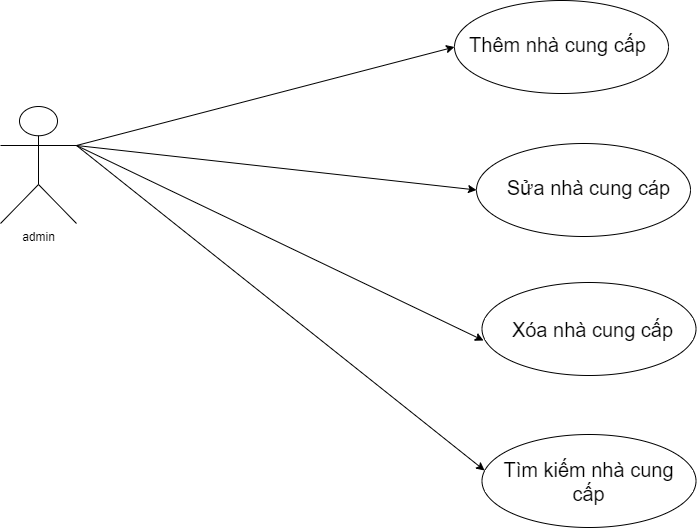
Before: 2drawio.png, a diagram exported from draw.io (dungvu242k3/JAVA). Source tidied: cells renumbered, new cells last; positions are measured from the earlier drawing's top-left corner, leaving out a move shared by most shapes. Its diagram source:
```xml
<mxGraphModel>
  <root>
    <mxCell id="0" />
    <mxCell id="1" parent="0" />
    <mxCell id="2" value="admin" style="shape=umlActor;verticalLabelPosition=bottom;verticalAlign=top;html=1;outlineConnect=0;" parent="1" vertex="1">
      <mxGeometry y="106" width="76" height="117" as="geometry" />
    </mxCell>
    <mxCell id="3" style="endArrow=classic;html=1;rounded=0;exitX=1;exitY=0.3333333333333333;exitDx=0;exitDy=0;exitPerimeter=0;entryX=0;entryY=0.5;entryDx=0;entryDy=0;" parent="1" edge="1" source="2" target="4">
      <mxGeometry relative="1" as="geometry" />
    </mxCell>
    <mxCell id="4" style="ellipse;whiteSpace=wrap;html=1;" parent="1" vertex="1">
      <mxGeometry x="454" width="214" height="93" as="geometry" />
    </mxCell>
    <mxCell id="5" style="endArrow=classic;html=1;rounded=0;entryX=0;entryY=0.5;entryDx=0;entryDy=0;exitX=1;exitY=0.3333333333333333;exitDx=0;exitDy=0;exitPerimeter=0;" parent="1" edge="1" source="2" target="9">
      <mxGeometry relative="1" as="geometry" />
    </mxCell>
    <mxCell id="6" style="endArrow=classic;html=1;rounded=0;exitX=1;exitY=0.3333333333333333;exitDx=0;exitDy=0;exitPerimeter=0;entryX=0.007;entryY=0.624;entryDx=0;entryDy=0;entryPerimeter=0;" parent="1" edge="1" source="2" target="10">
      <mxGeometry relative="1" as="geometry" />
    </mxCell>
    <mxCell id="7" style="endArrow=classic;html=1;rounded=0;entryX=0.012;entryY=0.387;entryDx=0;entryDy=0;entryPerimeter=0;exitX=1;exitY=0.3333333333333333;exitDx=0;exitDy=0;exitPerimeter=0;" parent="1" edge="1" source="2" target="11">
      <mxGeometry relative="1" as="geometry" />
    </mxCell>
    <mxCell id="8" value="&lt;font style=&quot;font-size: 20px;&quot;&gt;Thêm nhà cung cấp&lt;/font&gt;" style="text;html=1;align=center;verticalAlign=middle;whiteSpace=wrap;rounded=0;" parent="1" vertex="1">
      <mxGeometry x="462" y="13" width="191" height="61" as="geometry" />
    </mxCell>
    <mxCell id="9" style="ellipse;whiteSpace=wrap;html=1;" parent="1" vertex="1">
      <mxGeometry x="476" y="143" width="214" height="93" as="geometry" />
    </mxCell>
    <mxCell id="10" style="ellipse;whiteSpace=wrap;html=1;" parent="1" vertex="1">
      <mxGeometry x="481.5" y="282" width="214" height="93" as="geometry" />
    </mxCell>
    <mxCell id="11" style="ellipse;whiteSpace=wrap;html=1;" parent="1" vertex="1">
      <mxGeometry x="481.5" y="434" width="214" height="93" as="geometry" />
    </mxCell>
    <mxCell id="12" value="&lt;span style=&quot;font-size: 20px;&quot;&gt;Sửa nhà cung cáp&lt;/span&gt;" style="text;html=1;align=center;verticalAlign=middle;whiteSpace=wrap;rounded=0;" parent="1" vertex="1">
      <mxGeometry x="493" y="156" width="191" height="61" as="geometry" />
    </mxCell>
    <mxCell id="13" value="&lt;span style=&quot;font-size: 20px;&quot;&gt;Xóa nhà cung cấp&lt;/span&gt;" style="text;html=1;align=center;verticalAlign=middle;whiteSpace=wrap;rounded=0;" parent="1" vertex="1">
      <mxGeometry x="497" y="298" width="191" height="61" as="geometry" />
    </mxCell>
    <mxCell id="14" value="&lt;font style=&quot;font-size: 20px;&quot;&gt;Tìm kiếm nhà cung cấp&lt;/font&gt;" style="text;html=1;align=center;verticalAlign=middle;whiteSpace=wrap;rounded=0;" parent="1" vertex="1">
      <mxGeometry x="493" y="450" width="191" height="61" as="geometry" />
    </mxCell>
  </root>
</mxGraphModel>
```
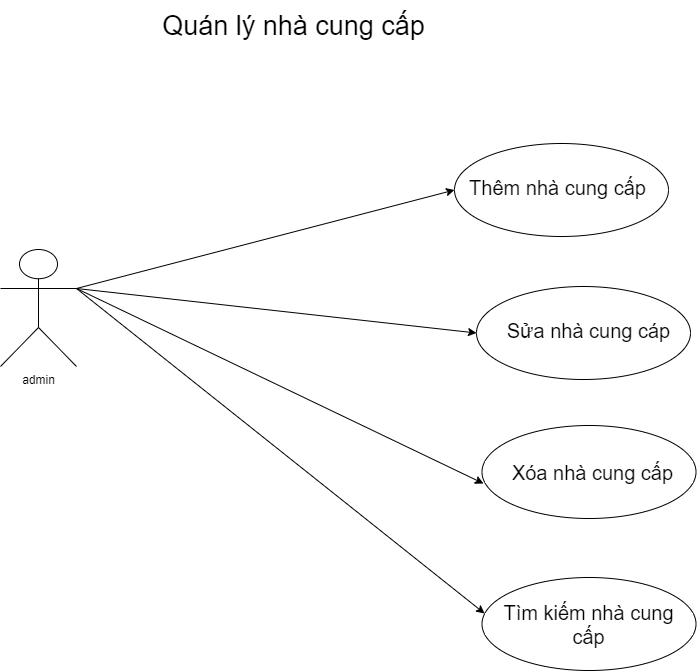
Above is the later version.

Commit message:
Cập nhật 2drawio.png

Change to the diagram source:
```diff
@@ -41,5 +41,8 @@
     <mxCell id="14" value="&lt;font style=&quot;font-size: 20px;&quot;&gt;Tìm kiếm nhà cung cấp&lt;/font&gt;" style="text;html=1;align=center;verticalAlign=middle;whiteSpace=wrap;rounded=0;" parent="1" vertex="1">
       <mxGeometry x="493" y="450" width="191" height="61" as="geometry" />
     </mxCell>
+    <mxCell id="15" value="&lt;font style=&quot;font-size: 27px;&quot;&gt;Quán lý nhà cung cấp&lt;/font&gt;" style="text;html=1;align=center;verticalAlign=middle;whiteSpace=wrap;rounded=0;" parent="1" vertex="1">
+      <mxGeometry x="115" y="-143" width="357" height="52" as="geometry" />
+    </mxCell>
   </root>
 </mxGraphModel>
```
